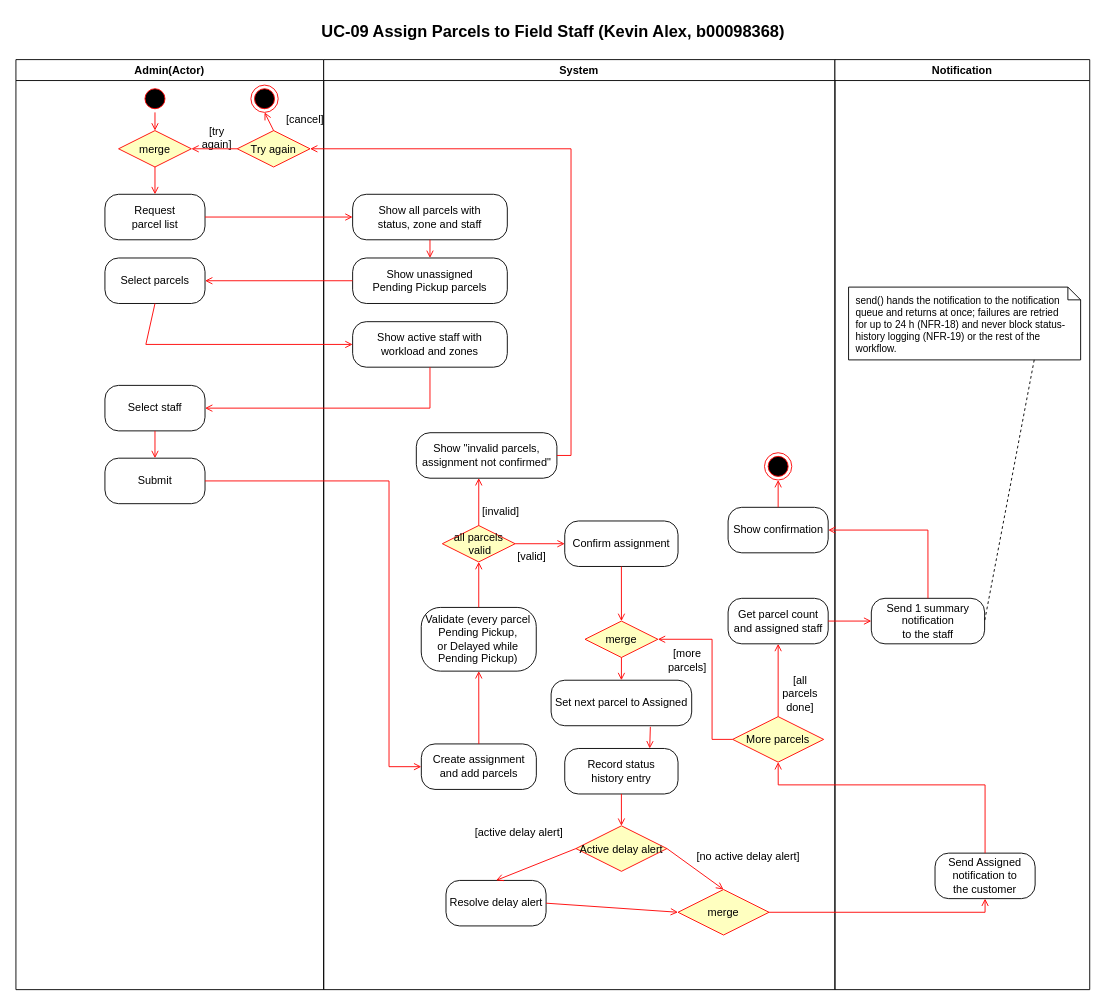
Before: Project/Behavioral_Modeling/Activity_Diagrams/AD_UC-09_Assign_Parcels_to_Field_Staff.drawio in COE420-Team10-F26/Courier_parcel_tracking_system, a draw.io diagram. Source tidied: cells renumbered, new cells numbered last; positions are measured from the earlier drawing's top-left corner, leaving out a move shared by most shapes. Both pictures are drawn from the tidied source at 91%, with x=0, y=0 at pixel (15, 15).
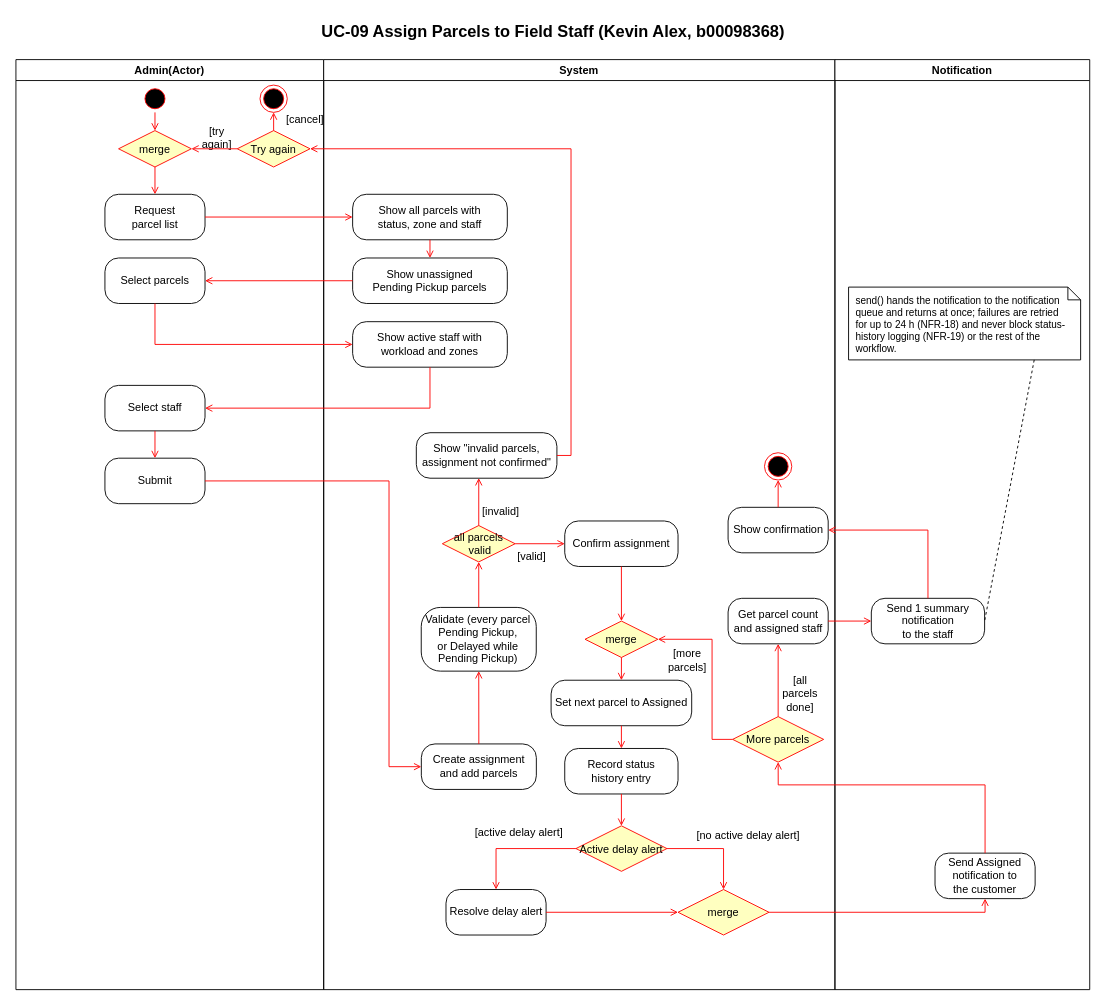
The same diagram, later.

Unchanged cells that the change refers to:
```xml
<mxCell id="5" value="Select parcels" style="rounded=1;arcSize=30;whiteSpace=wrap;" parent="2" vertex="1">
  <mxGeometry x="97.8" y="218" width="110" height="50" as="geometry" />
</mxCell>
<mxCell id="12" value="System" style="swimlane;whiteSpace=wrap;startSize=23;" parent="1" vertex="1">
  <mxGeometry x="338.2" y="48" width="561.8" height="1022" as="geometry" />
</mxCell>
<mxCell id="14" value="Show active staff with&#10;workload and zones" style="rounded=1;arcSize=30;whiteSpace=wrap;" parent="12" vertex="1">
  <mxGeometry x="31.8" y="288" width="170" height="50" as="geometry" />
</mxCell>
<mxCell id="25" value="Set next parcel to Assigned" style="rounded=1;arcSize=30;whiteSpace=wrap;" parent="12" vertex="1">
  <mxGeometry x="249.9" y="682" width="154.5" height="50" as="geometry" />
</mxCell>
<mxCell id="27" value="Record status&#10;history entry" style="rounded=1;arcSize=30;whiteSpace=wrap;" parent="12" vertex="1">
  <mxGeometry x="264.9" y="757" width="124.5" height="50" as="geometry" />
</mxCell>
<mxCell id="29" value="Active delay alert" style="rhombus;fillColor=#ffffc0;strokeColor=#ff0000;" parent="12" vertex="1">
  <mxGeometry x="277.2" y="842" width="100" height="50" as="geometry" />
</mxCell>
<mxCell id="34" value="merge" style="rhombus;fillColor=#ffffc0;strokeColor=#ff0000;" parent="12" vertex="1">
  <mxGeometry x="389.4" y="912" width="100" height="50" as="geometry" />
</mxCell>
```

What changed in the source:
```diff
@@
-    <mxCell id="28" style="endArrow=open;strokeColor=#FF0000;endFill=1;rounded=0;defaultLabelBackgroundColor=page;exitX=0.706;exitY=1.024;exitDx=0;exitDy=0;entryX=0.75;entryY=0;entryDx=0;entryDy=0;exitPerimeter=0;" parent="12" edge="1" source="25" target="27">
+    <mxCell id="28" style="endArrow=open;strokeColor=#FF0000;endFill=1;rounded=0;defaultLabelBackgroundColor=page;exitPerimeter=0;exitX=0.5;exitY=1;exitDx=0;exitDy=0;entryX=0.5;entryY=0;entryDx=0;entryDy=0;" parent="12" edge="1" source="25" target="27">
       <mxGeometry relative="1" as="geometry" />
     </mxCell>
@@
     <mxCell id="31" value="Resolve delay alert" style="rounded=1;arcSize=30;whiteSpace=wrap;" parent="12" vertex="1">
-      <mxGeometry x="134.4" y="902" width="110" height="50" as="geometry" />
+      <mxGeometry x="134.4" y="912" width="110" height="50" as="geometry" />
     </mxCell>
     <mxCell id="32" style="endArrow=open;strokeColor=#FF0000;endFill=1;rounded=0;defaultLabelBackgroundColor=page;exitX=0;exitY=0.5;exitDx=0;exitDy=0;entryX=0.5;entryY=0;entryDx=0;entryDy=0;" parent="12" edge="1" source="29" target="31">
-      <mxGeometry relative="1" as="geometry" />
+      <mxGeometry relative="1" as="geometry">
+        <Array as="points">
+          <mxPoint x="189.4" y="867" />
+        </Array>
+      </mxGeometry>
     </mxCell>
@@
     <mxCell id="35" style="endArrow=open;strokeColor=#FF0000;endFill=1;rounded=0;defaultLabelBackgroundColor=page;exitX=1;exitY=0.5;exitDx=0;exitDy=0;entryX=0.5;entryY=0;entryDx=0;entryDy=0;" parent="12" edge="1" source="29" target="34">
-      <mxGeometry relative="1" as="geometry" />
+      <mxGeometry relative="1" as="geometry">
+        <Array as="points">
+          <mxPoint x="439.4" y="867" />
+        </Array>
+      </mxGeometry>
     </mxCell>
     <mxCell id="36" value="[no active delay alert]" style="text;html=1;whiteSpace=wrap;strokeColor=none;fillColor=none;align=center;verticalAlign=middle;rounded=0;" parent="12" vertex="1">
-      <mxGeometry x="392" y="866" width="150" height="20" as="geometry" />
+      <mxGeometry x="392" y="843" width="150" height="20" as="geometry" />
     </mxCell>
@@
     <mxCell id="51" style="ellipse;shape=endState;fillColor=#000000;strokeColor=#ff0000;" parent="1" vertex="1">
-      <mxGeometry x="258.2" y="76" width="30" height="30" as="geometry" />
+      <mxGeometry x="268.2" y="76" width="30" height="30" as="geometry" />
     </mxCell>
@@
     <mxCell id="57" style="endArrow=open;strokeColor=#FF0000;endFill=1;rounded=0;defaultLabelBackgroundColor=page;exitX=0.5;exitY=1;entryX=0;entryY=0.5;" parent="1" edge="1" source="5" target="14">
       <mxGeometry relative="1" as="geometry">
         <Array as="points">
-          <mxPoint x="142.8" y="361" />
+          <mxPoint x="152.8" y="361" />
         </Array>
       </mxGeometry>
     </mxCell>
```
